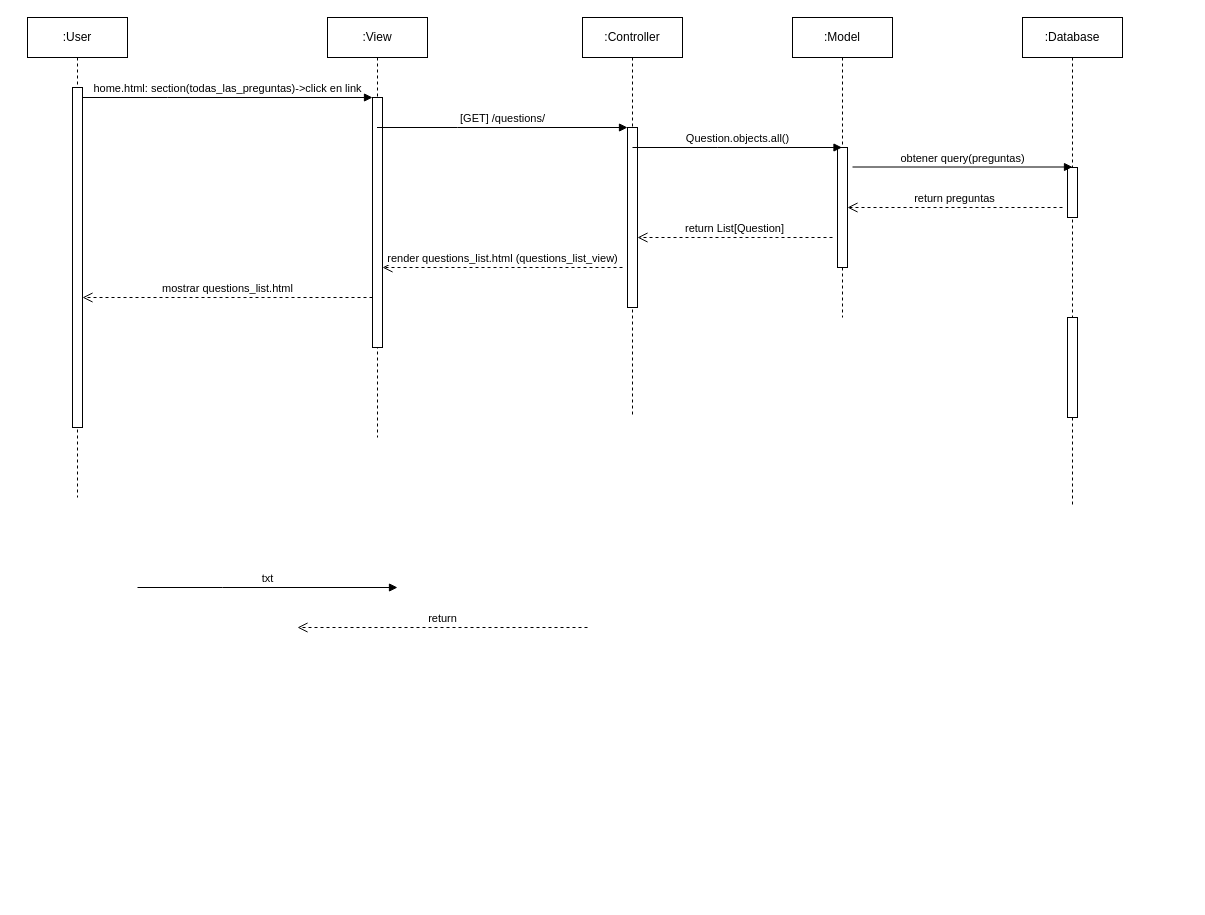
Earlier version of the draw.io diagram CuOOraSequence.drawio (josemicode/cuOOra). Source tidied: cells renumbered, new cells numbered last; positions are measured from the earlier drawing's top-left corner, leaving out a move shared by most shapes. Both pictures are drawn from the tidied source at 100%, with x=0, y=0 at pixel (27, 17).
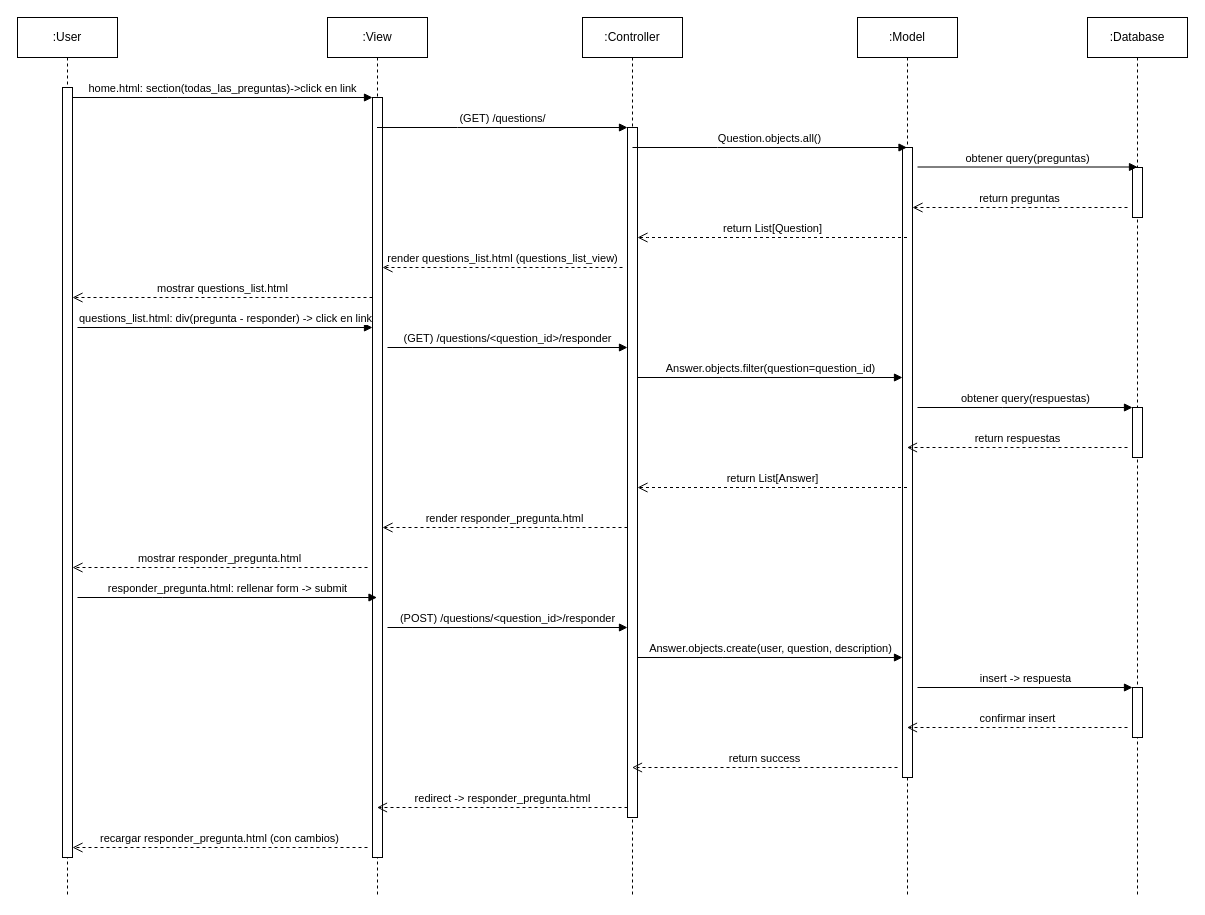
After the change.

The change refers to these unchanged cells:
```xml
<mxCell id="13" style="html=1;points=[];perimeter=orthogonalPerimeter;outlineConnect=0;targetShapes=umlLifeline;portConstraint=eastwest;newEdgeStyle={&quot;edgeStyle&quot;:&quot;elbowEdgeStyle&quot;,&quot;elbow&quot;:&quot;vertical&quot;,&quot;curved&quot;:0,&quot;rounded&quot;:0};" parent="12" vertex="1">
  <mxGeometry x="45" y="150" width="10" height="50" as="geometry" />
</mxCell>
```

Diff of the diagram source:
```diff
@@
     <mxCell id="2" value=":User" style="shape=umlLifeline;perimeter=lifelinePerimeter;whiteSpace=wrap;html=1;newEdgeStyle={&quot;edgeStyle&quot;:&quot;elbowEdgeStyle&quot;,&quot;elbow&quot;:&quot;vertical&quot;,&quot;curved&quot;:0,&quot;rounded&quot;:0};" parent="1" vertex="1">
-      <mxGeometry width="100" height="480" as="geometry" />
+      <mxGeometry x="-10" width="100" height="880" as="geometry" />
     </mxCell>
     <mxCell id="3" style="html=1;points=[];perimeter=orthogonalPerimeter;outlineConnect=0;targetShapes=umlLifeline;portConstraint=eastwest;newEdgeStyle={&quot;edgeStyle&quot;:&quot;elbowEdgeStyle&quot;,&quot;elbow&quot;:&quot;vertical&quot;,&quot;curved&quot;:0,&quot;rounded&quot;:0};" parent="2" vertex="1">
-      <mxGeometry x="45" y="70" width="10" height="340" as="geometry" />
+      <mxGeometry x="45" y="70" width="10" height="770" as="geometry" />
     </mxCell>
     <mxCell id="4" value=":View" style="shape=umlLifeline;perimeter=lifelinePerimeter;whiteSpace=wrap;html=1;outlineConnect=0;portConstraint=eastwest;newEdgeStyle={&quot;edgeStyle&quot;:&quot;elbowEdgeStyle&quot;,&quot;elbow&quot;:&quot;vertical&quot;,&quot;curved&quot;:0,&quot;rounded&quot;:0};" parent="1" vertex="1">
-      <mxGeometry x="300" width="100" height="420" as="geometry" />
+      <mxGeometry x="300" width="100" height="880" as="geometry" />
     </mxCell>
     <mxCell id="5" style="html=1;points=[];perimeter=orthogonalPerimeter;outlineConnect=0;targetShapes=umlLifeline;portConstraint=eastwest;newEdgeStyle={&quot;edgeStyle&quot;:&quot;elbowEdgeStyle&quot;,&quot;elbow&quot;:&quot;vertical&quot;,&quot;curved&quot;:0,&quot;rounded&quot;:0};" parent="4" vertex="1">
-      <mxGeometry x="45" y="80" width="10" height="250" as="geometry" />
+      <mxGeometry x="45" y="80" width="10" height="760" as="geometry" />
     </mxCell>
@@
-    <mxCell id="7" value="mostrar questions_list.html" style="html=1;verticalAlign=bottom;endArrow=open;dashed=1;endSize=8;edgeStyle=elbowEdgeStyle;elbow=vertical;curved=0;rounded=0;" parent="1" edge="1">
+    <mxCell id="7" value="mostrar questions_list.html" style="html=1;verticalAlign=bottom;endArrow=open;dashed=1;endSize=8;edgeStyle=elbowEdgeStyle;elbow=vertical;curved=0;rounded=0;" parent="1" edge="1" target="3">
       <mxGeometry relative="1" as="geometry">
         <mxPoint x="345" y="280" as="sourcePoint" />
-        <mxPoint x="55" y="280" as="targetPoint" />
         <Array as="points">
           <mxPoint x="150" y="280" />
         </Array>
       </mxGeometry>
     </mxCell>
     <mxCell id="8" value=":Controller" style="shape=umlLifeline;perimeter=lifelinePerimeter;whiteSpace=wrap;html=1;outlineConnect=0;portConstraint=eastwest;newEdgeStyle={&quot;edgeStyle&quot;:&quot;elbowEdgeStyle&quot;,&quot;elbow&quot;:&quot;vertical&quot;,&quot;curved&quot;:0,&quot;rounded&quot;:0};" parent="1" vertex="1">
-      <mxGeometry x="555" width="100" height="400" as="geometry" />
+      <mxGeometry x="555" width="100" height="880" as="geometry" />
     </mxCell>
     <mxCell id="9" style="html=1;points=[];perimeter=orthogonalPerimeter;outlineConnect=0;targetShapes=umlLifeline;portConstraint=eastwest;newEdgeStyle={&quot;edgeStyle&quot;:&quot;elbowEdgeStyle&quot;,&quot;elbow&quot;:&quot;vertical&quot;,&quot;curved&quot;:0,&quot;rounded&quot;:0};" parent="8" vertex="1">
-      <mxGeometry x="45" y="110" width="10" height="180" as="geometry" />
+      <mxGeometry x="45" y="110" width="10" height="690" as="geometry" />
     </mxCell>
     <mxCell id="10" value=":Model" style="shape=umlLifeline;perimeter=lifelinePerimeter;whiteSpace=wrap;html=1;outlineConnect=0;portConstraint=eastwest;newEdgeStyle={&quot;edgeStyle&quot;:&quot;elbowEdgeStyle&quot;,&quot;elbow&quot;:&quot;vertical&quot;,&quot;curved&quot;:0,&quot;rounded&quot;:0};" parent="1" vertex="1">
-      <mxGeometry x="765" width="100" height="300" as="geometry" />
+      <mxGeometry x="830" width="100" height="880" as="geometry" />
     </mxCell>
     <mxCell id="11" style="html=1;points=[];perimeter=orthogonalPerimeter;outlineConnect=0;targetShapes=umlLifeline;portConstraint=eastwest;newEdgeStyle={&quot;edgeStyle&quot;:&quot;elbowEdgeStyle&quot;,&quot;elbow&quot;:&quot;vertical&quot;,&quot;curved&quot;:0,&quot;rounded&quot;:0};" parent="10" vertex="1">
-      <mxGeometry x="45" y="130" width="10" height="120" as="geometry" />
+      <mxGeometry x="45" y="130" width="10" height="630" as="geometry" />
     </mxCell>
     <mxCell id="12" value=":Database" style="shape=umlLifeline;perimeter=lifelinePerimeter;whiteSpace=wrap;html=1;newEdgeStyle={&quot;edgeStyle&quot;:&quot;elbowEdgeStyle&quot;,&quot;elbow&quot;:&quot;vertical&quot;,&quot;curved&quot;:0,&quot;rounded&quot;:0};" parent="1" vertex="1">
-      <mxGeometry x="995" width="100" height="490" as="geometry" />
+      <mxGeometry x="1060" width="100" height="880" as="geometry" />
     </mxCell>
@@
     <mxCell id="14" style="html=1;perimeter=orthogonalPerimeter;targetShapes=umlLifeline;newEdgeStyle={&quot;edgeStyle&quot;:&quot;elbowEdgeStyle&quot;,&quot;elbow&quot;:&quot;vertical&quot;,&quot;curved&quot;:0,&quot;rounded&quot;:0};" parent="12" vertex="1">
-      <mxGeometry x="45" y="300" width="10" height="100" as="geometry" />
+      <mxGeometry x="45" y="390" width="10" height="50" as="geometry" />
     </mxCell>
+    <mxCell id="23" style="html=1;points=[];perimeter=orthogonalPerimeter;outlineConnect=0;targetShapes=umlLifeline;portConstraint=eastwest;newEdgeStyle={&quot;edgeStyle&quot;:&quot;elbowEdgeStyle&quot;,&quot;elbow&quot;:&quot;vertical&quot;,&quot;curved&quot;:0,&quot;rounded&quot;:0};" parent="12" vertex="1">
+      <mxGeometry x="45" y="670" width="10" height="50" as="geometry" />
+    </mxCell>
-    <mxCell id="15" value="txt" style="html=1;verticalAlign=bottom;endArrow=block;edgeStyle=elbowEdgeStyle;elbow=vertical;curved=0;rounded=0;" parent="1" edge="1">
+    <mxCell id="15" value="insert -&amp;gt; respuesta" style="html=1;verticalAlign=bottom;endArrow=block;edgeStyle=elbowEdgeStyle;elbow=vertical;curved=0;rounded=0;" parent="1" edge="1" target="23">
       <mxGeometry relative="1" as="geometry">
-        <mxPoint x="110" y="570" as="sourcePoint" />
-        <mxPoint x="370" y="570" as="targetPoint" />
+        <mxPoint x="890" y="670" as="sourcePoint" />
         <Array as="points">
-          <mxPoint x="195" y="570" />
+          <mxPoint x="975" y="670" />
         </Array>
       </mxGeometry>
     </mxCell>
-    <mxCell id="16" value="[GET] /questions/" style="html=1;verticalAlign=bottom;endArrow=block;edgeStyle=elbowEdgeStyle;elbow=vertical;curved=0;rounded=0;" parent="1" edge="1" source="4" target="9">
+    <mxCell id="16" value="(GET) /questions/" style="html=1;verticalAlign=bottom;endArrow=block;edgeStyle=elbowEdgeStyle;elbow=vertical;curved=0;rounded=0;" parent="1" edge="1" source="4" target="9">
       <mxGeometry relative="1" as="geometry">
         <Array as="points">
           <mxPoint x="430" y="110" />
         </Array>
       </mxGeometry>
     </mxCell>
@@
     <mxCell id="18" value="obtener query(preguntas)" style="html=1;verticalAlign=bottom;endArrow=block;edgeStyle=elbowEdgeStyle;elbow=vertical;curved=0;rounded=0;" parent="1" edge="1" target="13">
       <mxGeometry relative="1" as="geometry">
-        <mxPoint x="825" y="149.5" as="sourcePoint" />
+        <mxPoint x="890" y="149.5" as="sourcePoint" />
         <Array as="points">
-          <mxPoint x="910" y="149.5" />
+          <mxPoint x="975" y="149.5" />
         </Array>
       </mxGeometry>
     </mxCell>
-    <mxCell id="19" value="return" style="html=1;verticalAlign=bottom;endArrow=open;dashed=1;endSize=8;edgeStyle=elbowEdgeStyle;elbow=vertical;curved=0;rounded=0;" parent="1" edge="1">
+    <mxCell id="19" value="recargar responder_pregunta.html (con cambios)" style="html=1;verticalAlign=bottom;endArrow=open;dashed=1;endSize=8;edgeStyle=elbowEdgeStyle;elbow=vertical;curved=0;rounded=0;" parent="1" edge="1" target="3">
       <mxGeometry relative="1" as="geometry">
-        <mxPoint x="560" y="610" as="sourcePoint" />
-        <mxPoint x="270" y="610" as="targetPoint" />
+        <mxPoint x="340" y="830" as="sourcePoint" />
         <Array as="points">
-          <mxPoint x="365" y="610" />
+          <mxPoint x="145" y="830" />
         </Array>
       </mxGeometry>
     </mxCell>
     <mxCell id="20" value="return preguntas" style="html=1;verticalAlign=bottom;endArrow=open;dashed=1;endSize=8;edgeStyle=elbowEdgeStyle;elbow=vertical;curved=0;rounded=0;" parent="1" edge="1" target="11">
       <mxGeometry relative="1" as="geometry">
-        <mxPoint x="1035" y="190" as="sourcePoint" />
+        <mxPoint x="1100" y="190" as="sourcePoint" />
         <Array as="points">
-          <mxPoint x="840" y="190" />
+          <mxPoint x="905" y="190" />
         </Array>
       </mxGeometry>
     </mxCell>
-    <mxCell id="21" value="return List[Question]" style="html=1;verticalAlign=bottom;endArrow=open;dashed=1;endSize=8;edgeStyle=elbowEdgeStyle;elbow=vertical;curved=0;rounded=0;" parent="1" edge="1" target="9">
+    <mxCell id="21" value="return List[Question]" style="html=1;verticalAlign=bottom;endArrow=open;dashed=1;endSize=8;edgeStyle=elbowEdgeStyle;elbow=vertical;curved=0;rounded=0;" parent="1" edge="1" source="10" target="9">
       <mxGeometry relative="1" as="geometry">
-        <mxPoint x="805" y="220" as="sourcePoint" />
         <Array as="points">
-          <mxPoint x="610" y="220" />
+          <mxPoint x="620" y="220" />
         </Array>
       </mxGeometry>
     </mxCell>
@@
+    <mxCell id="24" value="questions_list.html: div(pregunta - responder) -&amp;gt; click en link" style="html=1;verticalAlign=bottom;endArrow=block;edgeStyle=elbowEdgeStyle;elbow=vertical;curved=0;rounded=0;" parent="1" edge="1" target="5">
+      <mxGeometry relative="1" as="geometry">
+        <mxPoint x="50" y="310" as="sourcePoint" />
+        <Array as="points">
+          <mxPoint x="135" y="310" />
+        </Array>
+      </mxGeometry>
+    </mxCell>
+    <mxCell id="25" value="(GET) /questions/&amp;lt;question_id&amp;gt;/responder" style="html=1;verticalAlign=bottom;endArrow=block;edgeStyle=elbowEdgeStyle;elbow=vertical;curved=0;rounded=0;" parent="1" edge="1" target="9">
+      <mxGeometry relative="1" as="geometry">
+        <mxPoint x="360" y="330" as="sourcePoint" />
+        <Array as="points">
+          <mxPoint x="445" y="330" />
+        </Array>
+      </mxGeometry>
+    </mxCell>
+    <mxCell id="26" value="Answer.objects.filter(question=question_id)" style="html=1;verticalAlign=bottom;endArrow=block;edgeStyle=elbowEdgeStyle;elbow=vertical;curved=0;rounded=0;" parent="1" edge="1" target="11">
+      <mxGeometry relative="1" as="geometry">
+        <mxPoint x="610" y="360" as="sourcePoint" />
+        <Array as="points">
+          <mxPoint x="695" y="360" />
+        </Array>
+      </mxGeometry>
+    </mxCell>
+    <mxCell id="27" value="obtener query(respuestas)" style="html=1;verticalAlign=bottom;endArrow=block;edgeStyle=elbowEdgeStyle;elbow=vertical;curved=0;rounded=0;" parent="1" edge="1">
+      <mxGeometry relative="1" as="geometry">
+        <mxPoint x="890" y="390" as="sourcePoint" />
+        <mxPoint x="1105" y="390" as="targetPoint" />
+        <Array as="points">
+          <mxPoint x="975" y="390" />
+        </Array>
+      </mxGeometry>
+    </mxCell>
+    <mxCell id="28" value="return respuestas" style="html=1;verticalAlign=bottom;endArrow=open;dashed=1;endSize=8;edgeStyle=elbowEdgeStyle;elbow=vertical;curved=0;rounded=0;" parent="1" edge="1" target="10">
+      <mxGeometry relative="1" as="geometry">
+        <mxPoint x="1100" y="430" as="sourcePoint" />
+        <Array as="points">
+          <mxPoint x="905" y="430" />
+        </Array>
+      </mxGeometry>
+    </mxCell>
+    <mxCell id="29" value="return List[Answer]" style="html=1;verticalAlign=bottom;endArrow=open;dashed=1;endSize=8;edgeStyle=elbowEdgeStyle;elbow=vertical;curved=0;rounded=0;" parent="1" edge="1" source="10" target="9">
+      <mxGeometry relative="1" as="geometry">
+        <Array as="points">
+          <mxPoint x="635" y="470" />
+        </Array>
+      </mxGeometry>
+    </mxCell>
+    <mxCell id="30" value="render responder_pregunta.html" style="html=1;verticalAlign=bottom;endArrow=open;dashed=1;endSize=8;edgeStyle=elbowEdgeStyle;elbow=vertical;curved=0;rounded=0;" parent="1" edge="1" target="5">
+      <mxGeometry relative="1" as="geometry">
+        <mxPoint x="600" y="510" as="sourcePoint" />
+        <Array as="points">
+          <mxPoint x="405" y="510" />
+        </Array>
+      </mxGeometry>
+    </mxCell>
+    <mxCell id="31" value="mostrar responder_pregunta.html" style="html=1;verticalAlign=bottom;endArrow=open;dashed=1;endSize=8;edgeStyle=elbowEdgeStyle;elbow=vertical;curved=0;rounded=0;" parent="1" edge="1" target="3">
+      <mxGeometry relative="1" as="geometry">
+        <mxPoint x="340" y="550" as="sourcePoint" />
+        <Array as="points">
+          <mxPoint x="145" y="550" />
+        </Array>
+      </mxGeometry>
+    </mxCell>
+    <mxCell id="32" value="responder_pregunta.html: rellenar form -&amp;gt; submit" style="html=1;verticalAlign=bottom;endArrow=block;edgeStyle=elbowEdgeStyle;elbow=vertical;curved=0;rounded=0;" parent="1" edge="1" target="4">
+      <mxGeometry relative="1" as="geometry">
+        <mxPoint x="50" y="580" as="sourcePoint" />
+        <Array as="points">
+          <mxPoint x="135" y="580" />
+        </Array>
+      </mxGeometry>
+    </mxCell>
+    <mxCell id="33" value="(POST) /questions/&amp;lt;question_id&amp;gt;/responder" style="html=1;verticalAlign=bottom;endArrow=block;edgeStyle=elbowEdgeStyle;elbow=vertical;curved=0;rounded=0;" parent="1" edge="1" target="9">
+      <mxGeometry relative="1" as="geometry">
+        <mxPoint x="360" y="610" as="sourcePoint" />
+        <Array as="points">
+          <mxPoint x="445" y="610" />
+        </Array>
+      </mxGeometry>
+    </mxCell>
+    <mxCell id="34" value="Answer.objects.create(user, question, description)" style="html=1;verticalAlign=bottom;endArrow=block;edgeStyle=elbowEdgeStyle;elbow=vertical;curved=0;rounded=0;" parent="1" edge="1" target="11">
+      <mxGeometry relative="1" as="geometry">
+        <mxPoint x="610" y="640" as="sourcePoint" />
+        <Array as="points">
+          <mxPoint x="695" y="640" />
+        </Array>
+      </mxGeometry>
+    </mxCell>
+    <mxCell id="35" value="confirmar insert" style="html=1;verticalAlign=bottom;endArrow=open;dashed=1;endSize=8;edgeStyle=elbowEdgeStyle;elbow=vertical;curved=0;rounded=0;" parent="1" edge="1" target="10">
+      <mxGeometry relative="1" as="geometry">
+        <mxPoint x="1100" y="710" as="sourcePoint" />
+        <Array as="points">
+          <mxPoint x="905" y="710" />
+        </Array>
+      </mxGeometry>
+    </mxCell>
+    <mxCell id="36" value="return success" style="html=1;verticalAlign=bottom;endArrow=open;dashed=1;endSize=8;edgeStyle=elbowEdgeStyle;elbow=vertical;curved=0;rounded=0;" parent="1" edge="1" target="8">
+      <mxGeometry relative="1" as="geometry">
+        <mxPoint x="870" y="750" as="sourcePoint" />
+        <Array as="points">
+          <mxPoint x="675" y="750" />
+        </Array>
+      </mxGeometry>
+    </mxCell>
+    <mxCell id="37" value="redirect -&amp;gt; responder_pregunta.html" style="html=1;verticalAlign=bottom;endArrow=open;dashed=1;endSize=8;edgeStyle=elbowEdgeStyle;elbow=vertical;curved=0;rounded=0;" parent="1" edge="1" target="4">
+      <mxGeometry relative="1" as="geometry">
+        <mxPoint x="600" y="790" as="sourcePoint" />
+        <Array as="points">
+          <mxPoint x="405" y="790" />
+        </Array>
+      </mxGeometry>
+    </mxCell>
```
